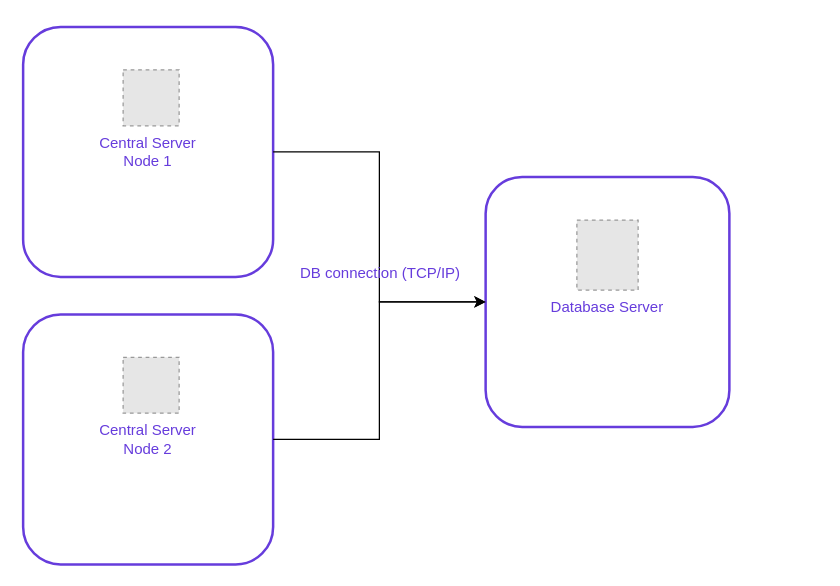
Earlier version of the draw.io diagram doc/Manuals/img/ig-cs_cluster_remote_db.drawio (nordic-institute/X-Road). Source tidied: cells renumbered, new cells numbered last; positions are measured from the earlier drawing's top-left corner, leaving out a move shared by most shapes. Both pictures are drawn from the tidied source at 125%, with x=0, y=0 at pixel (22, 26). Pictures stored in the file or linked from it are replaced by grey dashed boxes.
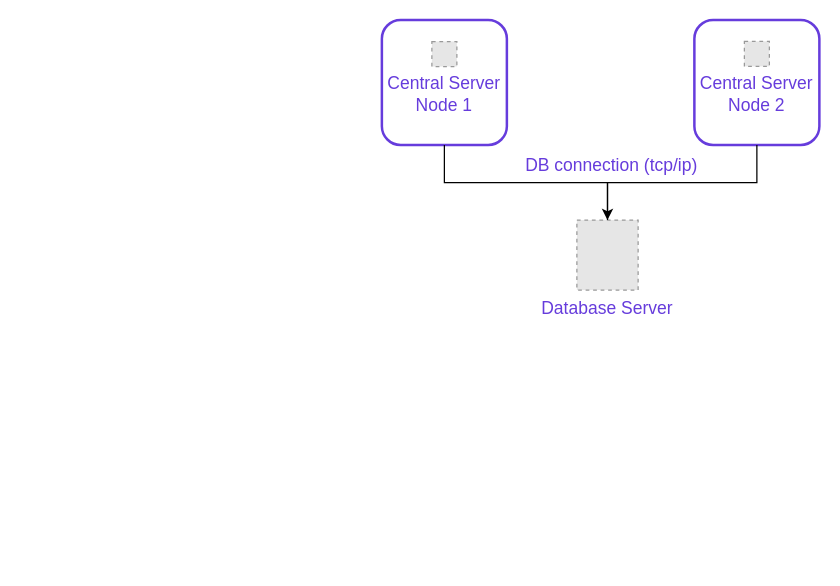
Above is the later version.

Diff of the diagram source:
```diff
@@
 <mxGraphModel>
   <root>
     <mxCell id="0" />
     <mxCell id="1" parent="0" />
-    <mxCell id="2" style="group;" parent="1" vertex="1">
-      <mxGeometry width="200" height="200" as="geometry" />
-    </mxCell>
+    <mxCell id="13" style="group;fontSize=14;fontColor=#663CDC;" parent="1" vertex="1">
+      <mxGeometry x="287" y="-5.5" width="100" height="100" as="geometry" />
+    </mxCell>
-    <mxCell id="3" value="&lt;font color=&quot;#663cdc&quot;&gt;Central&amp;nbsp;Server&lt;br&gt;Node 1&lt;br&gt;&lt;/font&gt;" style="rounded=1;whiteSpace=wrap;html=1;strokeWidth=2;fillColor=none;strokeColor=#663CDC;" parent="2" vertex="1">
-      <mxGeometry width="200" height="200" as="geometry" />
+    <mxCell id="3" value="&#10;Central Server&#10;Node 1" style="rounded=1;strokeWidth=2;fillColor=none;strokeColor=#663CDC;fontSize=14;fontColor=#663CDC;" parent="13" vertex="1">
+      <mxGeometry width="100" height="100" as="geometry" />
     </mxCell>
-    <mxCell id="4" style="fillColor=#E6E6E6;strokeColor=#999999;dashed=1;verticalLabelPosition=bottom;labelBackgroundColor=#ffffff;verticalAlign=top;" parent="2" vertex="1">
-      <mxGeometry x="80" y="34.3" width="44.8" height="44.8" as="geometry" />
-    </mxCell>
-    <mxCell id="5" style="rounded=1;whiteSpace=wrap;html=1;strokeWidth=2;strokeColor=#663CDC;fillColor=none;" parent="1" vertex="1">
-      <mxGeometry x="370" y="120" width="195" height="200" as="geometry" />
-    </mxCell>
+    <mxCell id="14" style="fillColor=#E6E6E6;strokeColor=#999999;dashed=1;verticalLabelPosition=bottom;labelBackgroundColor=#ffffff;verticalAlign=top;fontSize=14;fontColor=#663CDC;" parent="13" vertex="1">
+      <mxGeometry x="40" y="17.2" width="20" height="20" as="geometry" />
+    </mxCell>
+    <mxCell id="15" style="group;fontSize=14;fontColor=#663CDC;" parent="1" vertex="1">
+      <mxGeometry x="537" y="-5.5" width="100" height="100" as="geometry" />
+    </mxCell>
+    <mxCell id="10" value="&#10;Central Server&#10;Node 2" style="rounded=1;strokeWidth=2;fillColor=none;strokeColor=#663CDC;fontSize=14;fontColor=#663CDC;" parent="15" vertex="1">
+      <mxGeometry width="100" height="100" as="geometry" />
+    </mxCell>
+    <mxCell id="16" style="fillColor=#E6E6E6;strokeColor=#999999;dashed=1;verticalLabelPosition=bottom;labelBackgroundColor=#ffffff;verticalAlign=top;fontSize=14;fontColor=#663CDC;" parent="15" vertex="1">
+      <mxGeometry x="40" y="17.1" width="20" height="20" as="geometry" />
+    </mxCell>
-    <mxCell id="6" value="Database Server" style="fillColor=#E6E6E6;strokeColor=#999999;dashed=1;verticalLabelPosition=bottom;labelBackgroundColor=#ffffff;verticalAlign=top;fontColor=#663CDC;" parent="1" vertex="1">
+    <mxCell id="6" value="Database Server" style="fillColor=#E6E6E6;strokeColor=#999999;dashed=1;verticalLabelPosition=bottom;labelBackgroundColor=#ffffff;verticalAlign=top;fontSize=14;fontColor=#663CDC;" parent="1" vertex="1">
       <mxGeometry x="443" y="154.5" width="49" height="56" as="geometry" />
     </mxCell>
-    <mxCell id="7" style="edgeStyle=orthogonalEdgeStyle;rounded=0;jettySize=auto;html=1;entryX=0;entryY=0.5;entryDx=0;entryDy=0;fontColor=#663CDC;" parent="1" edge="1" source="3" target="5">
-      <mxGeometry relative="1" as="geometry" />
-    </mxCell>
-    <mxCell id="8" value="DB connection (TCP/IP)" style="text;html=1;fontColor=#663CDC;" parent="1" vertex="1">
-      <mxGeometry x="220" y="182.5" width="150" height="30" as="geometry" />
-    </mxCell>
-    <mxCell id="9" style="group;" parent="1" vertex="1">
-      <mxGeometry y="230" width="200" height="200" as="geometry" />
-    </mxCell>
-    <mxCell id="10" value="&lt;font color=&quot;#663cdc&quot;&gt;Central&amp;nbsp;Server&lt;br&gt;Node 2&lt;br&gt;&lt;/font&gt;" style="rounded=1;whiteSpace=wrap;html=1;strokeWidth=2;fillColor=none;strokeColor=#663CDC;" parent="9" vertex="1">
-      <mxGeometry width="200" height="200" as="geometry" />
-    </mxCell>
-    <mxCell id="11" style="fillColor=#E6E6E6;strokeColor=#999999;dashed=1;verticalLabelPosition=bottom;labelBackgroundColor=#ffffff;verticalAlign=top;" parent="9" vertex="1">
-      <mxGeometry x="80" y="34.3" width="44.8" height="44.8" as="geometry" />
-    </mxCell>
-    <mxCell id="12" style="edgeStyle=orthogonalEdgeStyle;rounded=0;jettySize=auto;html=1;entryX=0;entryY=0.5;entryDx=0;entryDy=0;" parent="1" edge="1" source="10" target="5">
-      <mxGeometry relative="1" as="geometry" />
-    </mxCell>
+    <mxCell id="17" style="edgeStyle=orthogonalEdgeStyle;rounded=0;jettySize=auto;endArrow=none;endFill=0;fontSize=14;exitX=0.5;exitY=1;exitDx=0;exitDy=0;fontColor=#663CDC;" parent="1" edge="1" source="3" target="6">
+      <mxGeometry relative="1" as="geometry" />
+    </mxCell>
+    <mxCell id="18" value="DB connection (tcp/ip)" style="edgeStyle=orthogonalEdgeStyle;rounded=0;jettySize=auto;entryX=0.5;entryY=0;entryDx=0;entryDy=0;exitX=0.5;exitY=1;exitDx=0;exitDy=0;fontSize=14;fontColor=#663CDC;" parent="1" edge="1" source="10" target="6">
+      <mxGeometry x="0.63" y="-15" relative="1" as="geometry" />
+    </mxCell>
   </root>
 </mxGraphModel>
```
